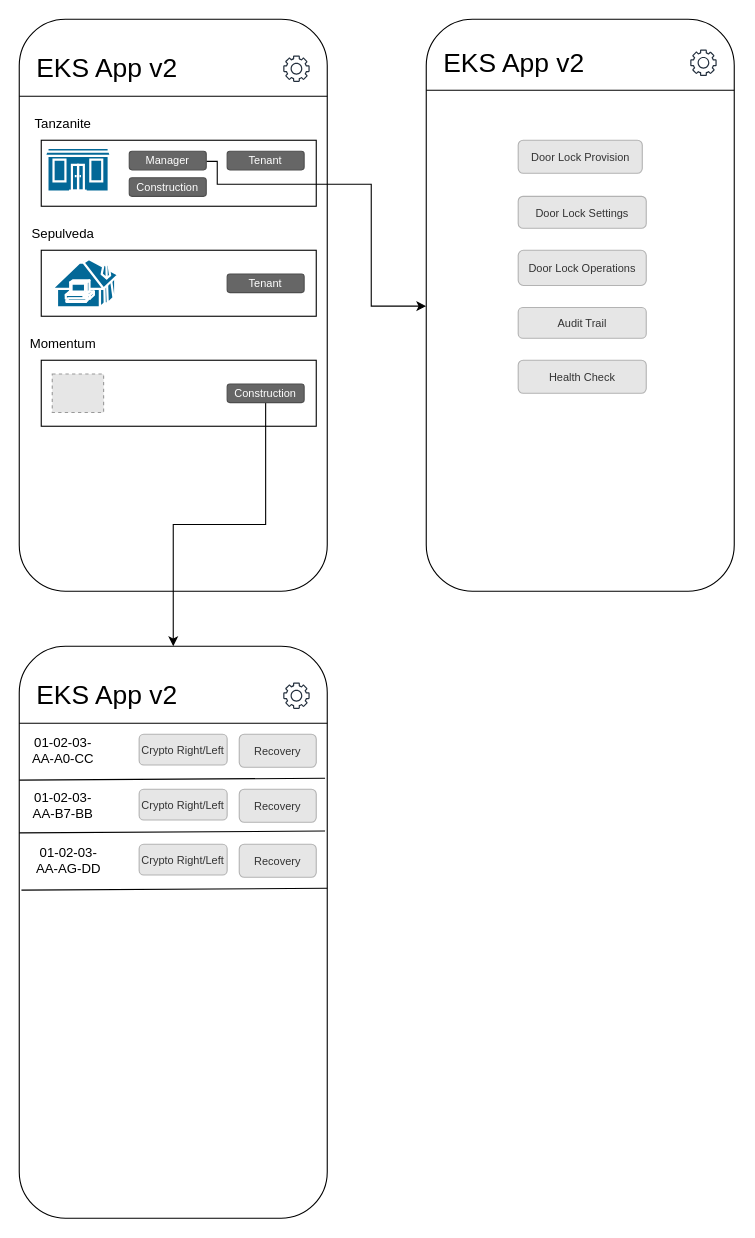
This is EKS System v2 .drawio from kevin3747118/ALZK, a draw.io file, before an edit. Source tidied: cells renumbered, new cells numbered last; positions are measured from the earlier drawing's top-left corner, leaving out a move shared by most shapes. Both pictures are drawn from the tidied source at 110%, with x=0, y=0 at pixel (19, 19). Pictures stored in the file or linked from it are replaced by grey dashed boxes.
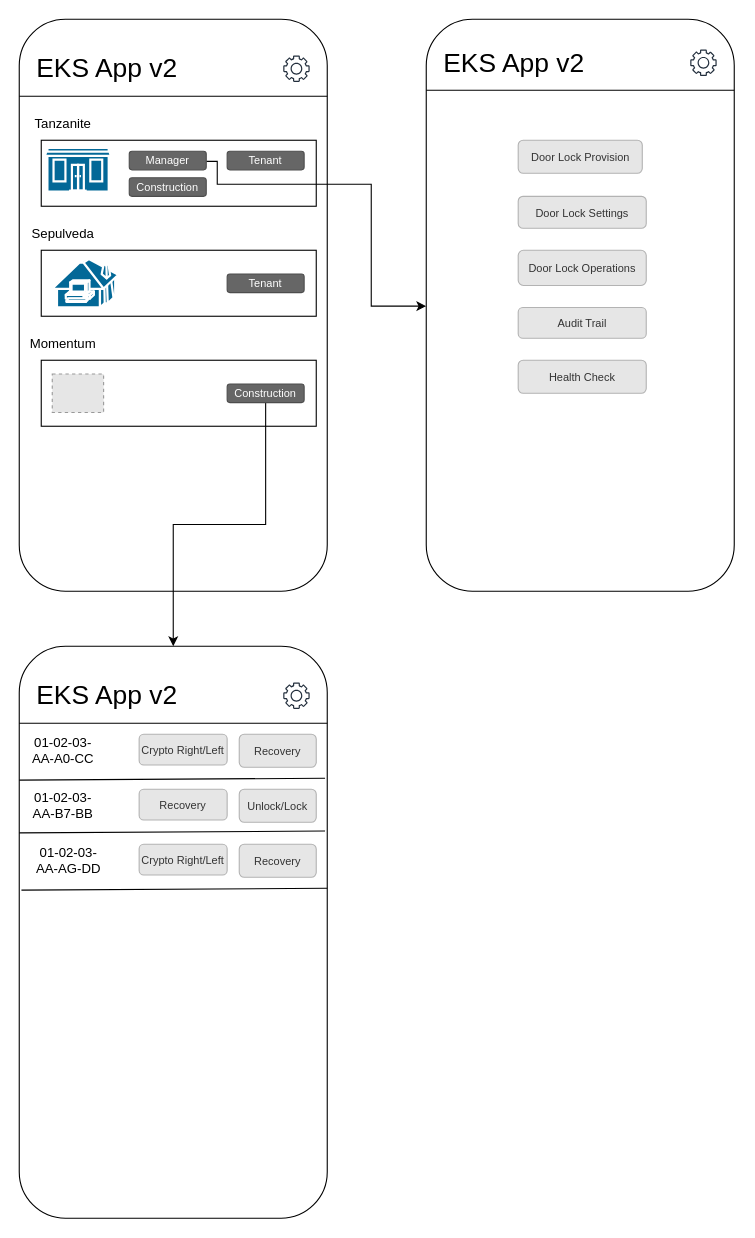
The same diagram, later.

What changed in the source:
```diff
@@
-    <mxCell id="40" value="Crypto Right/Left" style="rounded=1;html=1;shadow=0;dashed=0;whiteSpace=wrap;fontSize=10;fillColor=#E6E6E6;align=center;strokeColor=#B3B3B3;fontColor=#333333;" parent="1" vertex="1">
+    <mxCell id="40" value="Recovery" style="rounded=1;html=1;shadow=0;dashed=0;whiteSpace=wrap;fontSize=10;fillColor=#E6E6E6;align=center;strokeColor=#B3B3B3;fontColor=#333333;" parent="1" vertex="1">
       <mxGeometry x="109" y="700" width="80" height="28" as="geometry" />
     </mxCell>
-    <mxCell id="41" value="Recovery" style="rounded=1;html=1;shadow=0;dashed=0;whiteSpace=wrap;fontSize=10;fillColor=#E6E6E6;align=center;strokeColor=#B3B3B3;fontColor=#333333;" parent="1" vertex="1">
+    <mxCell id="41" value="Unlock/Lock" style="rounded=1;html=1;shadow=0;dashed=0;whiteSpace=wrap;fontSize=10;fillColor=#E6E6E6;align=center;strokeColor=#B3B3B3;fontColor=#333333;" parent="1" vertex="1">
       <mxGeometry x="200" y="700" width="70" height="30" as="geometry" />
     </mxCell>
```
